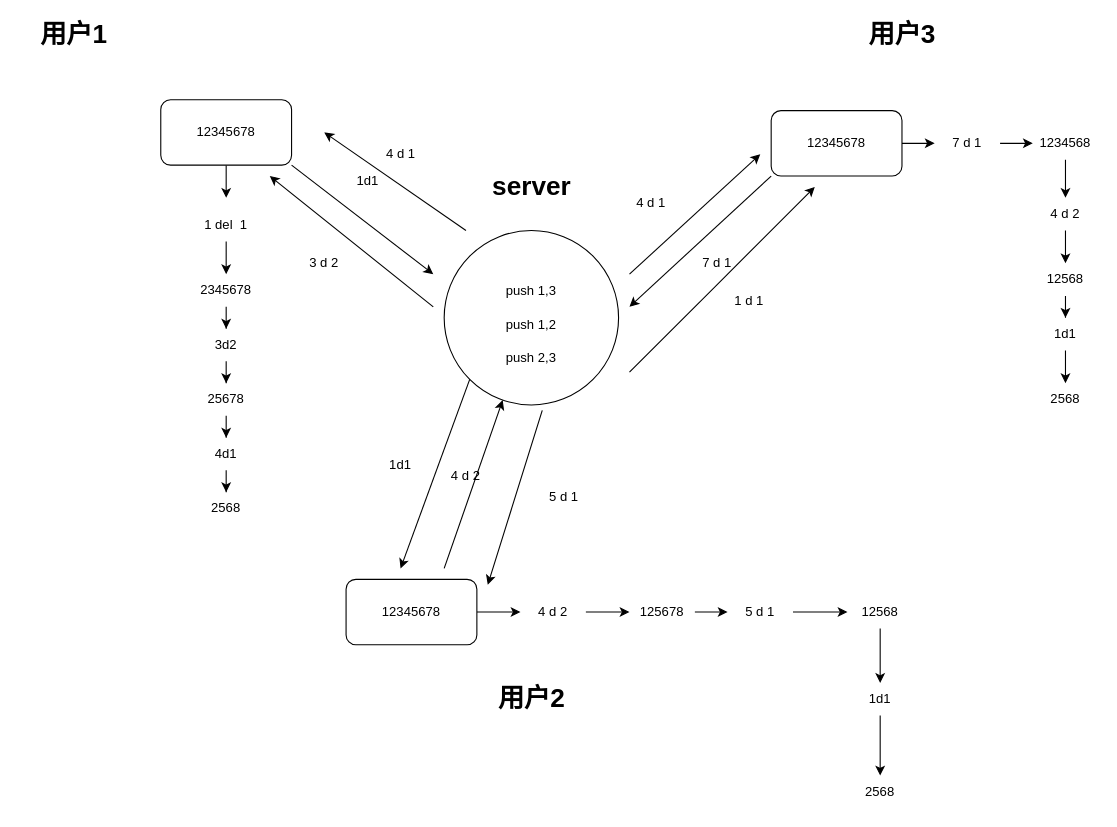
The draw.io diagram OT算法.drawio in caiwuu/draw.io, before the edit. Source tidied: cells renumbered, new cells numbered last; positions are measured from the earlier drawing's top-left corner, leaving out a move shared by most shapes. Both pictures are drawn from the tidied source at 109%, with x=0, y=0 at pixel (19, 23).
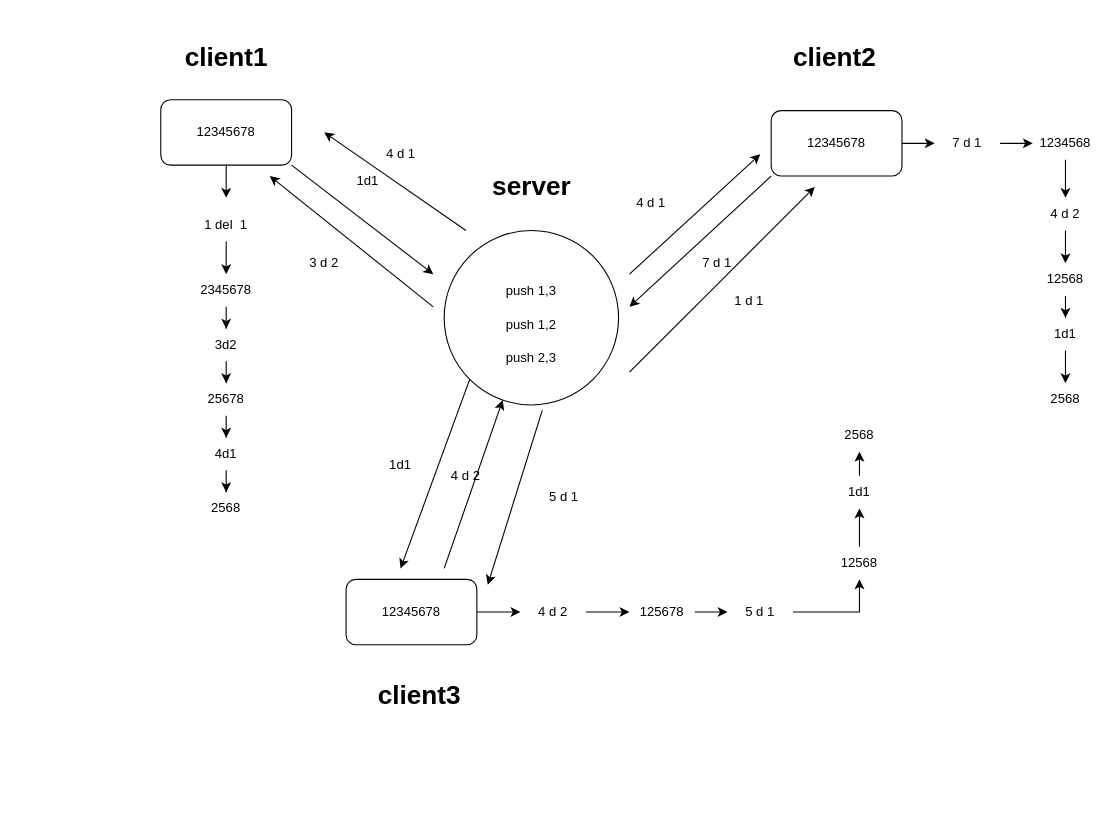
The same diagram, later.

The edit, as a diff of the source:
```diff
@@
-    <mxCell id="11" value="用户1" style="text;strokeColor=none;fillColor=none;html=1;fontSize=24;fontStyle=1;verticalAlign=middle;align=center;" parent="1" vertex="1">
-      <mxGeometry width="100" height="20" as="geometry" />
+    <mxCell id="11" value="client1" style="text;strokeColor=none;fillColor=none;html=1;fontSize=24;fontStyle=1;verticalAlign=middle;align=center;" parent="1" vertex="1">
+      <mxGeometry x="140" y="22" width="100" height="20" as="geometry" />
     </mxCell>
-    <mxCell id="12" value="用户3" style="text;strokeColor=none;fillColor=none;html=1;fontSize=24;fontStyle=1;verticalAlign=middle;align=center;" parent="1" vertex="1">
-      <mxGeometry x="760" width="100" height="20" as="geometry" />
+    <mxCell id="12" value="client2" style="text;strokeColor=none;fillColor=none;html=1;fontSize=24;fontStyle=1;verticalAlign=middle;align=center;" parent="1" vertex="1">
+      <mxGeometry x="698" y="22" width="100" height="20" as="geometry" />
     </mxCell>
-    <mxCell id="13" value="用户2" style="text;strokeColor=none;fillColor=none;html=1;fontSize=24;fontStyle=1;verticalAlign=middle;align=center;" parent="1" vertex="1">
-      <mxGeometry x="420" y="610" width="100" height="20" as="geometry" />
+    <mxCell id="13" value="client3" style="text;strokeColor=none;fillColor=none;html=1;fontSize=24;fontStyle=1;verticalAlign=middle;align=center;" parent="1" vertex="1">
+      <mxGeometry x="317" y="607" width="100" height="20" as="geometry" />
     </mxCell>
@@
     <mxCell id="37" value="12568" style="text;html=1;strokeColor=none;fillColor=none;align=center;verticalAlign=middle;whiteSpace=wrap;rounded=0;" parent="1" vertex="1">
-      <mxGeometry x="760" y="525" width="60" height="30" as="geometry" />
+      <mxGeometry x="741" y="480" width="60" height="30" as="geometry" />
     </mxCell>
@@
     <mxCell id="41" value="1d1" style="text;html=1;strokeColor=none;fillColor=none;align=center;verticalAlign=middle;whiteSpace=wrap;rounded=0;" parent="1" vertex="1">
-      <mxGeometry x="760" y="605" width="60" height="30" as="geometry" />
+      <mxGeometry x="741" y="415" width="60" height="30" as="geometry" />
     </mxCell>
     <mxCell id="42" value="2568" style="text;html=1;strokeColor=none;fillColor=none;align=center;verticalAlign=middle;whiteSpace=wrap;rounded=0;" parent="1" vertex="1">
-      <mxGeometry x="760" y="690" width="60" height="30" as="geometry" />
+      <mxGeometry x="741" y="363" width="60" height="30" as="geometry" />
     </mxCell>
@@
+    <mxCell id="68" style="edgeStyle=orthogonalEdgeStyle;rounded=0;orthogonalLoop=1;jettySize=auto;html=1;exitX=0.5;exitY=1;exitDx=0;exitDy=0;" parent="1" edge="1" source="42" target="42">
+      <mxGeometry relative="1" as="geometry" />
+    </mxCell>
```
